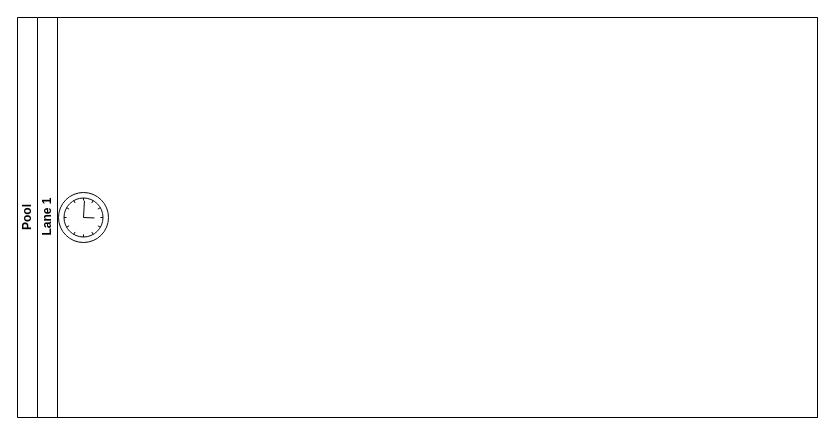
quemet/Draw.io keeps this draw.io diagram as Reassort.drawio. Above is the earlier version. Source tidied: cells renumbered, new cells numbered last; positions are measured from the earlier drawing's top-left corner, leaving out a move shared by most shapes. Both pictures are drawn from the tidied source at 100%, with x=0, y=0 at pixel (17, 17).
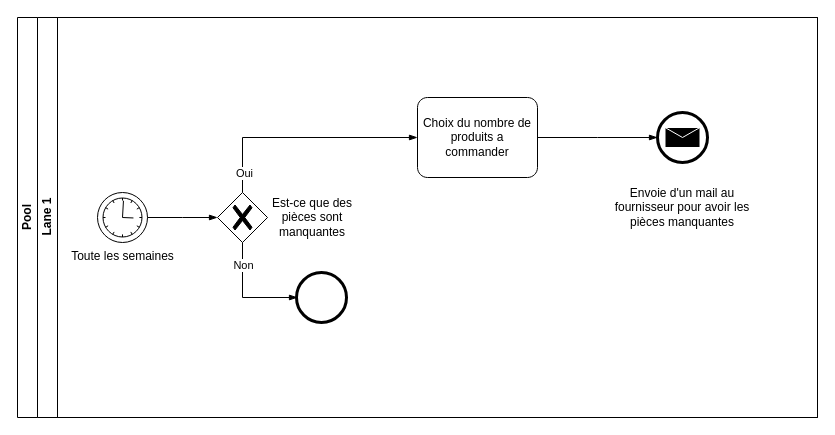
The same diagram, later.

Commit message (it also covers changes not shown here):
Mettre à jour Reassort.drawio

What changed in the source:
```diff
@@
 <mxGraphModel>
   <root>
     <mxCell id="0" />
     <mxCell id="1" parent="0" />
     <mxCell id="2" value="Pool" style="swimlane;html=1;horizontal=0;startSize=20;whiteSpace=wrap;" parent="1" vertex="1">
       <mxGeometry width="800" height="400" as="geometry" />
     </mxCell>
     <mxCell id="3" value="Lane 1" style="swimlane;html=1;startSize=20;horizontal=0;" parent="2" vertex="1">
       <mxGeometry x="20" width="780" height="400" as="geometry" />
     </mxCell>
-    <mxCell id="4" style="points=[[0.145,0.145,0],[0.5,0,0],[0.855,0.145,0],[1,0.5,0],[0.855,0.855,0],[0.5,1,0],[0.145,0.855,0],[0,0.5,0]];shape=mxgraph.bpmn.event;html=1;verticalLabelPosition=bottom;labelBackgroundColor=#ffffff;verticalAlign=top;align=center;perimeter=ellipsePerimeter;outlineConnect=0;outline=standard;symbol=timer;" parent="3" vertex="1">
-      <mxGeometry x="21" y="175" width="50" height="50" as="geometry" />
+    <mxCell id="4" value="Toute les semaines" style="points=[[0.145,0.145,0],[0.5,0,0],[0.855,0.145,0],[1,0.5,0],[0.855,0.855,0],[0.5,1,0],[0.145,0.855,0],[0,0.5,0]];shape=mxgraph.bpmn.event;html=1;verticalLabelPosition=bottom;labelBackgroundColor=#ffffff;verticalAlign=top;align=center;perimeter=ellipsePerimeter;outlineConnect=0;outline=standard;symbol=timer;" parent="3" vertex="1">
+      <mxGeometry x="60" y="175" width="50" height="50" as="geometry" />
     </mxCell>
+    <mxCell id="5" style="edgeStyle=elbowEdgeStyle;fontSize=12;html=1;endArrow=blockThin;endFill=1;rounded=0;exitX=1;exitY=0.5;exitDx=0;exitDy=0;exitPerimeter=0;entryX=0;entryY=0.5;entryDx=0;entryDy=0;entryPerimeter=0;" parent="3" edge="1" source="4" target="6">
+      <mxGeometry relative="1" as="geometry" />
+    </mxCell>
+    <mxCell id="6" style="points=[[0.25,0.25,0],[0.5,0,0],[0.75,0.25,0],[1,0.5,0],[0.75,0.75,0],[0.5,1,0],[0.25,0.75,0],[0,0.5,0]];shape=mxgraph.bpmn.gateway2;html=1;verticalLabelPosition=bottom;labelBackgroundColor=#ffffff;verticalAlign=top;align=center;perimeter=rhombusPerimeter;outlineConnect=0;outline=none;symbol=none;gwType=exclusive;" parent="3" vertex="1">
+      <mxGeometry x="180" y="175" width="50" height="50" as="geometry" />
+    </mxCell>
+    <mxCell id="7" style="edgeStyle=elbowEdgeStyle;fontSize=12;html=1;endArrow=blockThin;endFill=1;rounded=0;exitX=0.5;exitY=0;exitDx=0;exitDy=0;exitPerimeter=0;elbow=vertical;entryX=0;entryY=0.5;entryDx=0;entryDy=0;entryPerimeter=0;" parent="3" edge="1" source="6" target="13">
+      <mxGeometry relative="1" as="geometry">
+        <Array as="points">
+          <mxPoint x="290" y="120" />
+        </Array>
+      </mxGeometry>
+    </mxCell>
+    <mxCell id="8" value="Oui" style="edgeLabel;html=1;align=center;verticalAlign=middle;" parent="7" vertex="1">
+      <mxGeometry x="-0.83" y="-1" relative="1" as="geometry" />
+    </mxCell>
+    <mxCell id="9" value="Est-ce que des pièces sont manquantes" style="text;html=1;strokeColor=none;fillColor=none;align=center;verticalAlign=middle;whiteSpace=wrap;rounded=0;" parent="3" vertex="1">
+      <mxGeometry x="220" y="170" width="110" height="60" as="geometry" />
+    </mxCell>
+    <mxCell id="10" style="edgeStyle=elbowEdgeStyle;fontSize=12;html=1;endArrow=blockThin;endFill=1;rounded=0;exitX=0.5;exitY=1;exitDx=0;exitDy=0;exitPerimeter=0;" parent="3" edge="1" source="6">
+      <mxGeometry relative="1" as="geometry">
+        <mxPoint x="260" y="280" as="targetPoint" />
+        <Array as="points">
+          <mxPoint x="205" y="240" />
+        </Array>
+      </mxGeometry>
+    </mxCell>
+    <mxCell id="11" value="Non" style="edgeLabel;html=1;align=center;verticalAlign=middle;" parent="10" vertex="1">
+      <mxGeometry x="-0.6" relative="1" as="geometry" />
+    </mxCell>
+    <mxCell id="12" style="shape=mxgraph.bpmn.event;html=1;verticalLabelPosition=bottom;labelBackgroundColor=#ffffff;verticalAlign=top;align=center;perimeter=ellipsePerimeter;outline=end;symbol=terminate2;" parent="3" vertex="1">
+      <mxGeometry x="259" y="255" width="50" height="50" as="geometry" />
+    </mxCell>
+    <mxCell id="13" value="Choix du nombre de produits a commander" style="points=[[0.25,0,0],[0.5,0,0],[0.75,0,0],[1,0.25,0],[1,0.5,0],[1,0.75,0],[0.75,1,0],[0.5,1,0],[0.25,1,0],[0,0.75,0],[0,0.5,0],[0,0.25,0]];shape=mxgraph.bpmn.task;whiteSpace=wrap;rectStyle=rounded;size=10;html=1;taskMarker=abstract;" parent="3" vertex="1">
+      <mxGeometry x="380" y="80" width="120" height="80" as="geometry" />
+    </mxCell>
+    <mxCell id="14" style="edgeStyle=elbowEdgeStyle;fontSize=12;html=1;endArrow=blockThin;endFill=1;rounded=0;exitX=1;exitY=0.5;exitDx=0;exitDy=0;exitPerimeter=0;entryX=0;entryY=0.5;entryDx=0;entryDy=0;entryPerimeter=0;" parent="3" edge="1" source="13" target="15">
+      <mxGeometry relative="1" as="geometry" />
+    </mxCell>
+    <mxCell id="15" style="points=[[0.145,0.145,0],[0.5,0,0],[0.855,0.145,0],[1,0.5,0],[0.855,0.855,0],[0.5,1,0],[0.145,0.855,0],[0,0.5,0]];shape=mxgraph.bpmn.event;html=1;verticalLabelPosition=bottom;labelBackgroundColor=#ffffff;verticalAlign=top;align=center;perimeter=ellipsePerimeter;outlineConnect=0;outline=end;symbol=message;" parent="3" vertex="1">
+      <mxGeometry x="620" y="95" width="50" height="50" as="geometry" />
+    </mxCell>
+    <mxCell id="16" value="Envoie d'un mail au fournisseur pour avoir les pièces manquantes" style="text;html=1;strokeColor=none;fillColor=none;align=center;verticalAlign=middle;whiteSpace=wrap;rounded=0;" parent="3" vertex="1">
+      <mxGeometry x="575" y="155" width="140" height="70" as="geometry" />
+    </mxCell>
   </root>
 </mxGraphModel>
```
